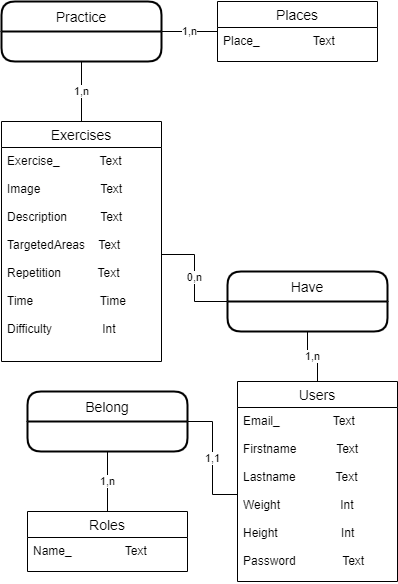
This is Doc/MCD-MLD/MCD.png from dmitrimeili/KeepItFit, a draw.io export, as it was before one commit. Source tidied: cells renumbered, new cells last; positions are measured from the earlier drawing's top-left corner, leaving out a move shared by most shapes.
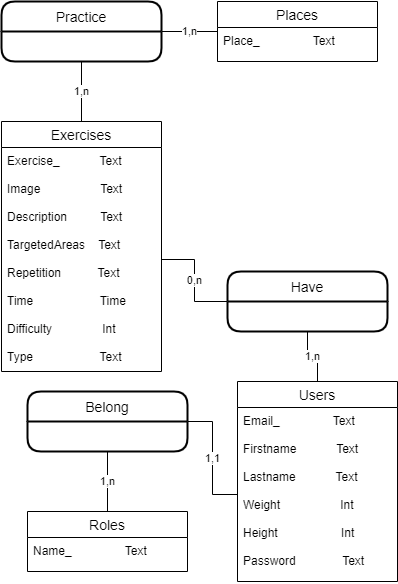
After the commit.

The edit, as a diff of the source:
```diff
@@ -36,10 +36,10 @@
       <mxGeometry relative="1" as="geometry" />
     </mxCell>
     <mxCell id="13" value="Exercises" style="swimlane;fontStyle=0;horizontal=1;startSize=26;align=center;fontSize=14;" parent="1" vertex="1">
-      <mxGeometry y="120" width="160" height="240" as="geometry" />
+      <mxGeometry y="120" width="160" height="250" as="geometry" />
     </mxCell>
-    <mxCell id="14" value="Exercise_            Text&#10;&#10;Image                  Text&#10;&#10;Description          Text&#10;&#10;TargetedAreas    Text&#10;&#10;Repetition           Text&#10;&#10;Time                    Time&#10;&#10;Difficulty               Int" style="text;strokeColor=none;fillColor=none;spacingLeft=4;spacingRight=4;overflow=hidden;points=[[0,0.5],[1,0.5]];portConstraint=eastwest;fontSize=12;" parent="13" vertex="1">
-      <mxGeometry y="26" width="160" height="214" as="geometry" />
+    <mxCell id="14" value="Exercise_            Text&#10;&#10;Image                  Text&#10;&#10;Description          Text&#10;&#10;TargetedAreas    Text&#10;&#10;Repetition           Text&#10;&#10;Time                    Time&#10;&#10;Difficulty               Int&#10;&#10;Type                    Text" style="text;strokeColor=none;fillColor=none;spacingLeft=4;spacingRight=4;overflow=hidden;points=[[0,0.5],[1,0.5]];portConstraint=eastwest;fontSize=12;" parent="13" vertex="1">
+      <mxGeometry y="26" width="160" height="224" as="geometry" />
     </mxCell>
     <mxCell id="15" value="0,n" style="edgeStyle=orthogonalEdgeStyle;rounded=0;jettySize=auto;html=1;exitX=0;exitY=0.5;exitDx=0;exitDy=0;endArrow=none;endFill=0;" parent="1" edge="1" source="16" target="14">
       <mxGeometry relative="1" as="geometry" />
```
